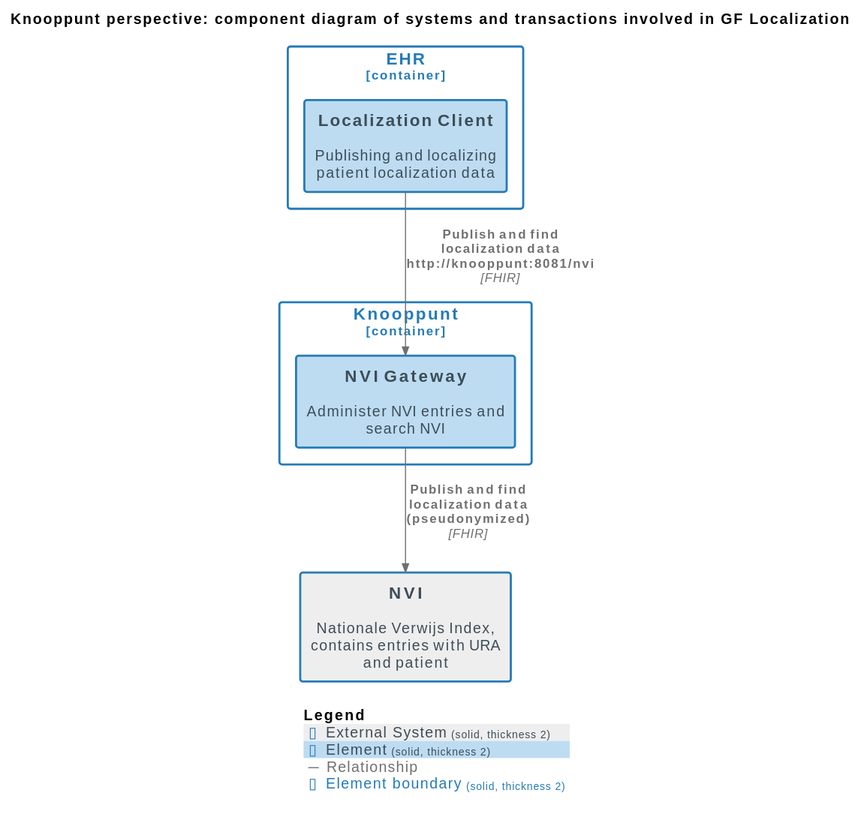
Earlier version of the PlantUML export docs/images/structurizr-GF_Localization_ComponentDiagram.svg (nuts-foundation/nuts-knooppunt).
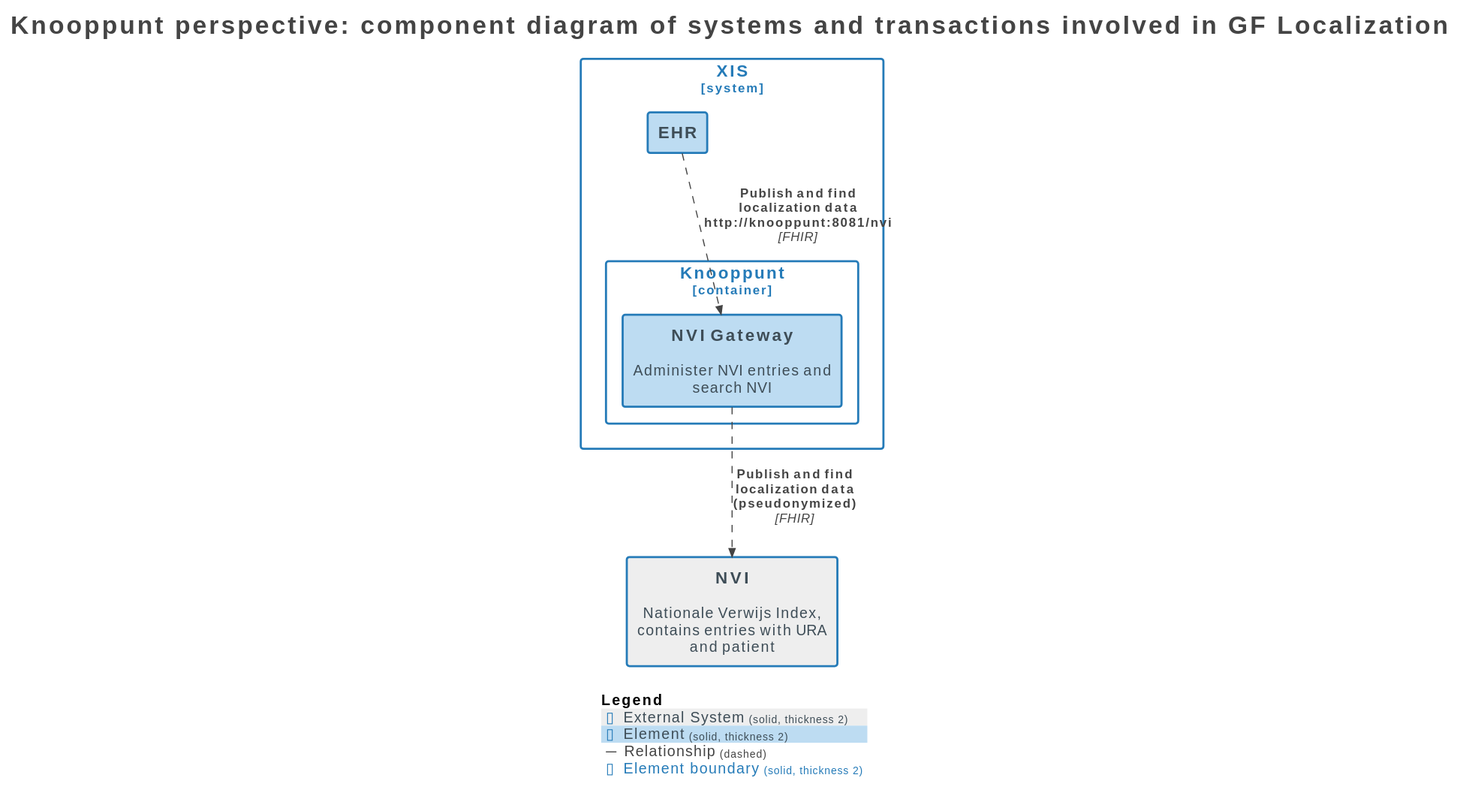
After the change.

Change to the diagram source:
```diff
@@ -1,32 +1,41 @@
 @startuml
+title <size:24>Knooppunt perspective: component diagram of systems and transactions involved in GF Localization</size>
+
 set separator none
-title Knooppunt perspective: component diagram of systems and transactions involved in GF Localization
+top to bottom direction
 
-top to bottom direction
+<style>
+  root {
+    BackgroundColor: #ffffff
+    FontColor: #444444
+  }
+</style>
 
 !include <C4/C4>
 !include <C4/C4_Context>
+!include <C4/C4_Container>
 !include <C4/C4_Component>
 
 AddElementTag("External System", $bgColor="#eeeeee", $borderColor="#257bb8", $fontColor="#3e4d57", $sprite="", $shadowing="", $borderStyle="solid", $borderThickness="2")
 AddElementTag("Element", $bgColor="#bddcf2", $borderColor="#257bb8", $fontColor="#3e4d57", $sprite="", $shadowing="", $borderStyle="solid", $borderThickness="2")
 
-AddRelTag("Relationship", $textColor="#707070", $lineColor="#707070", $lineStyle = "")
+AddRelTag("Relationship", $textColor="#444444", $lineColor="#444444", $lineStyle = DashedLine())
 
 AddBoundaryTag("Element", $bgColor="#ffffff", $borderColor="#257bb8", $fontColor="#257bb8", $shadowing="", $borderStyle="solid", $borderThickness="2")
 
 System(NVI, "NVI", $descr="Nationale Verwijs Index, contains entries with URA and patient", $tags="External System", $link="")
 
-Container_Boundary("XIS.Knooppunt_boundary", "Knooppunt", $tags="Element") {
-  Component(XIS.Knooppunt.NVIGateway, "NVI Gateway", $techn="", $descr="Administer NVI entries and search NVI", $tags="Element", $link="")
+System_Boundary("XIS_boundary", "XIS", $tags="Element") {
+  Container_Boundary("XIS.Knooppunt_boundary", "Knooppunt", $tags="Element") {
+    Component(XIS.Knooppunt.NVIGateway, "NVI Gateway", $techn="", $descr="Administer NVI entries and search NVI", $tags="Element", $link="")
+  }
+
+  Container(XIS.EHR, "EHR", $techn="", $descr="", $tags="Element", $link="")
 }
 
-Container_Boundary("XIS.EHR_boundary", "EHR", $tags="Element") {
-  Component(XIS.EHR.LocalizationClient, "Localization Client", $techn="", $descr="Publishing and localizing patient localization data", $tags="Element", $link="")
-}
-
-Rel(XIS.EHR.LocalizationClient, XIS.Knooppunt.NVIGateway, "Publish and find localization data\nhttp://knooppunt:8081/nvi", $techn="FHIR", $tags="Relationship", $link="")
+Rel(XIS.EHR, XIS.Knooppunt.NVIGateway, "Publish and find localization data\nhttp://knooppunt:8081/nvi", $techn="FHIR", $tags="Relationship", $link="")
 Rel(XIS.Knooppunt.NVIGateway, NVI, "Publish and find localization data\n(pseudonymized)", $techn="FHIR", $tags="Relationship", $link="")
 
 SHOW_LEGEND(true)
+hide stereotypes
 @enduml
```
